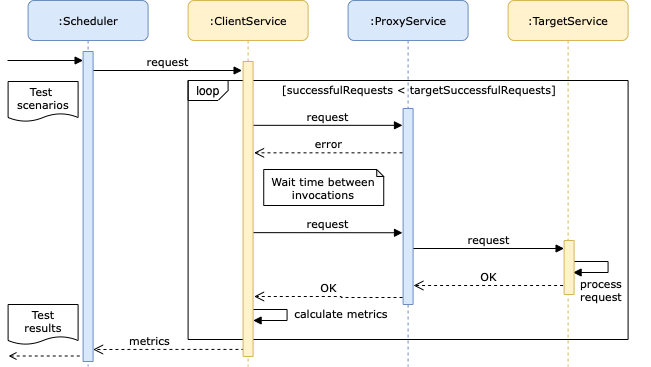
Above: docs/arch.png in ppgia-unifor/resilience-bench (draw.io), before the change. Source tidied: cells renumbered, new cells last; positions are measured from the earlier drawing's top-left corner, leaving out a move shared by most shapes.
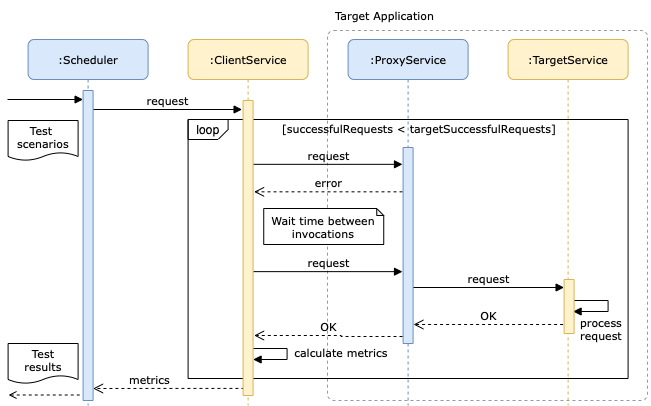
After the commit.

The edit, as a diff of the source:
```diff
@@ -2,161 +2,167 @@
   <root>
     <mxCell id="0" />
     <mxCell id="1" parent="0" />
-    <mxCell id="2" style="rounded=0;whiteSpace=wrap;html=1;fillColor=none;fontSize=11;fontFamily=Verdana;" parent="1" vertex="1">
-      <mxGeometry x="271.6" y="80" width="440" height="259" as="geometry" />
+    <mxCell id="2" style="rounded=1;whiteSpace=wrap;html=1;arcSize=2;dashed=1;fillColor=none;fontColor=#8A8A8A;strokeColor=#999999;" parent="1" vertex="1">
+      <mxGeometry x="411" y="-9" width="320" height="370" as="geometry" />
     </mxCell>
-    <mxCell id="3" value="&lt;div style=&quot;font-size: 11px;&quot;&gt;&lt;br style=&quot;font-size: 11px;&quot;&gt;&lt;/div&gt;" style="html=1;verticalAlign=middle;endArrow=block;labelBackgroundColor=none;fontFamily=Verdana;fontSize=11;edgeStyle=orthogonalEdgeStyle;elbow=vertical;rounded=0;labelPosition=left;verticalLabelPosition=middle;align=right;" parent="1" edge="1">
-      <mxGeometry x="0.22" relative="1" as="geometry">
-        <mxPoint x="656.6" y="252" as="sourcePoint" />
-        <mxPoint x="656.6" y="272" as="targetPoint" />
-        <Array as="points">
-          <mxPoint x="656.6" y="261" />
-          <mxPoint x="691.6" y="261" />
-          <mxPoint x="691.6" y="272" />
-        </Array>
-      </mxGeometry>
+    <mxCell id="3" style="rounded=0;whiteSpace=wrap;html=1;fillColor=none;fontSize=11;fontFamily=Verdana;" parent="1" vertex="1">
+      <mxGeometry x="271.6" y="80" width="440" height="259" as="geometry" />
     </mxCell>
-    <mxCell id="4" value=":ClientService" style="shape=umlLifeline;perimeter=lifelinePerimeter;whiteSpace=wrap;html=1;rounded=1;shadow=0;comic=0;labelBackgroundColor=none;strokeColor=#d6b656;strokeWidth=1;fillColor=#fff2cc;fontFamily=Verdana;fontSize=11;align=center;" parent="1" vertex="1">
-      <mxGeometry x="271.6" width="120" height="366" as="geometry" />
+    <mxCell id="4" value="&lt;div style=&quot;font-size: 11px;&quot;&gt;&lt;br style=&quot;font-size: 11px;&quot;&gt;&lt;/div&gt;" style="html=1;verticalAlign=middle;endArrow=block;labelBackgroundColor=none;fontFamily=Verdana;fontSize=11;edgeStyle=orthogonalEdgeStyle;elbow=vertical;rounded=0;labelPosition=left;verticalLabelPosition=middle;align=right;" parent="1" edge="1">
+      <mxGeometry x="0.22" relative="1" as="geometry">
+        <mxPoint x="656.6" y="252" as="sourcePoint" />
+        <mxPoint x="656.6" y="272" as="targetPoint" />
+        <Array as="points">
+          <mxPoint x="656.6" y="261" />
+          <mxPoint x="691.6" y="261" />
+          <mxPoint x="691.6" y="272" />
+        </Array>
+      </mxGeometry>
     </mxCell>
-    <mxCell id="5" value=":ProxyService" style="shape=umlLifeline;perimeter=lifelinePerimeter;whiteSpace=wrap;html=1;rounded=1;shadow=0;comic=0;labelBackgroundColor=none;strokeColor=#6c8ebf;strokeWidth=1;fillColor=#dae8fc;fontFamily=Verdana;fontSize=11;align=center;" parent="1" vertex="1">
-      <mxGeometry x="431.6" width="120" height="366" as="geometry" />
+    <mxCell id="5" value=":ClientService" style="shape=umlLifeline;perimeter=lifelinePerimeter;whiteSpace=wrap;html=1;rounded=1;shadow=0;comic=0;labelBackgroundColor=none;strokeColor=#d6b656;strokeWidth=1;fillColor=#fff2cc;fontFamily=Verdana;fontSize=11;align=center;" parent="1" vertex="1">
+      <mxGeometry x="271.6" width="120" height="366" as="geometry" />
     </mxCell>
-    <mxCell id="6" value=":TargetService" style="shape=umlLifeline;perimeter=lifelinePerimeter;whiteSpace=wrap;html=1;rounded=1;shadow=0;comic=0;labelBackgroundColor=none;strokeColor=#d6b656;strokeWidth=1;fillColor=#fff2cc;fontFamily=Verdana;fontSize=11;align=center;" parent="1" vertex="1">
-      <mxGeometry x="591.6" width="120" height="366" as="geometry" />
+    <mxCell id="6" value=":ProxyService" style="shape=umlLifeline;perimeter=lifelinePerimeter;whiteSpace=wrap;html=1;rounded=1;shadow=0;comic=0;labelBackgroundColor=none;strokeColor=#6c8ebf;strokeWidth=1;fillColor=#dae8fc;fontFamily=Verdana;fontSize=11;align=center;" parent="1" vertex="1">
+      <mxGeometry x="431.6" width="120" height="366" as="geometry" />
     </mxCell>
-    <mxCell id="7" style="html=1;perimeter=orthogonalPerimeter;rounded=0;shadow=0;comic=0;labelBackgroundColor=none;strokeColor=#6c8ebf;strokeWidth=1;fillColor=#dae8fc;fontFamily=Verdana;fontSize=11;align=center;" parent="1" vertex="1">
-      <mxGeometry x="486.6" y="108" width="10" height="196" as="geometry" />
+    <mxCell id="7" value=":TargetService" style="shape=umlLifeline;perimeter=lifelinePerimeter;whiteSpace=wrap;html=1;rounded=1;shadow=0;comic=0;labelBackgroundColor=none;strokeColor=#d6b656;strokeWidth=1;fillColor=#fff2cc;fontFamily=Verdana;fontSize=11;align=center;" parent="1" vertex="1">
+      <mxGeometry x="591.6" width="120" height="366" as="geometry" />
     </mxCell>
-    <mxCell id="8" value="request" style="html=1;verticalAlign=bottom;endArrow=block;labelBackgroundColor=none;fontFamily=Verdana;fontSize=11;edgeStyle=elbowEdgeStyle;elbow=vertical;align=center;" parent="1" edge="1">
-      <mxGeometry relative="1" as="geometry">
-        <mxPoint x="336.6" y="124.8" as="sourcePoint" />
-        <mxPoint x="486" y="124.8" as="targetPoint" />
-        <Array as="points">
-          <mxPoint x="364.6" y="124.8" />
-        </Array>
-      </mxGeometry>
+    <mxCell id="8" style="html=1;perimeter=orthogonalPerimeter;rounded=0;shadow=0;comic=0;labelBackgroundColor=none;strokeColor=#6c8ebf;strokeWidth=1;fillColor=#dae8fc;fontFamily=Verdana;fontSize=11;align=center;" parent="1" vertex="1">
+      <mxGeometry x="486.6" y="108" width="10" height="196" as="geometry" />
     </mxCell>
-    <mxCell id="9" style="html=1;perimeter=orthogonalPerimeter;rounded=0;shadow=0;comic=0;labelBackgroundColor=none;strokeColor=#d6b656;strokeWidth=1;fillColor=#fff2cc;fontFamily=Verdana;fontSize=11;align=center;" parent="1" vertex="1">
-      <mxGeometry x="647.6" y="240" width="10" height="54" as="geometry" />
+    <mxCell id="9" value="request" style="html=1;verticalAlign=bottom;endArrow=block;labelBackgroundColor=none;fontFamily=Verdana;fontSize=11;edgeStyle=elbowEdgeStyle;elbow=vertical;align=center;" parent="1" edge="1">
+      <mxGeometry relative="1" as="geometry">
+        <mxPoint x="336.6" y="124.8" as="sourcePoint" />
+        <mxPoint x="486" y="124.8" as="targetPoint" />
+        <Array as="points">
+          <mxPoint x="364.6" y="124.8" />
+        </Array>
+      </mxGeometry>
     </mxCell>
-    <mxCell id="10" value="OK" style="html=1;verticalAlign=bottom;endArrow=open;dashed=1;endSize=8;labelBackgroundColor=none;fontFamily=Verdana;fontSize=11;edgeStyle=elbowEdgeStyle;elbow=horizontal;align=center;" parent="1" edge="1">
-      <mxGeometry relative="1" as="geometry">
-        <mxPoint x="646.6" y="285" as="sourcePoint" />
-        <mxPoint x="497" y="285" as="targetPoint" />
-        <Array as="points">
-          <mxPoint x="574.6" y="285" />
-          <mxPoint x="604.6" y="285" />
-        </Array>
-      </mxGeometry>
+    <mxCell id="10" style="html=1;perimeter=orthogonalPerimeter;rounded=0;shadow=0;comic=0;labelBackgroundColor=none;strokeColor=#d6b656;strokeWidth=1;fillColor=#fff2cc;fontFamily=Verdana;fontSize=11;align=center;" parent="1" vertex="1">
+      <mxGeometry x="647.6" y="240" width="10" height="54" as="geometry" />
     </mxCell>
-    <mxCell id="11" value="error" style="html=1;verticalAlign=bottom;endArrow=open;dashed=1;endSize=8;labelBackgroundColor=none;fontFamily=Verdana;fontSize=11;edgeStyle=elbowEdgeStyle;elbow=horizontal;align=center;" parent="1" edge="1">
+    <mxCell id="11" value="OK" style="html=1;verticalAlign=bottom;endArrow=open;dashed=1;endSize=8;labelBackgroundColor=none;fontFamily=Verdana;fontSize=11;edgeStyle=elbowEdgeStyle;elbow=horizontal;align=center;" parent="1" edge="1">
       <mxGeometry relative="1" as="geometry">
-        <mxPoint x="486" y="152.3" as="sourcePoint" />
-        <mxPoint x="337.6" y="152.3" as="targetPoint" />
+        <mxPoint x="646.6" y="285" as="sourcePoint" />
+        <mxPoint x="497" y="285" as="targetPoint" />
         <Array as="points">
-          <mxPoint x="421.6" y="152.3" />
-          <mxPoint x="451.6" y="152.3" />
+          <mxPoint x="574.6" y="285" />
+          <mxPoint x="604.6" y="285" />
         </Array>
       </mxGeometry>
     </mxCell>
-    <mxCell id="12" value=":Scheduler" style="shape=umlLifeline;perimeter=lifelinePerimeter;whiteSpace=wrap;html=1;rounded=1;shadow=0;comic=0;labelBackgroundColor=none;strokeColor=#6c8ebf;strokeWidth=1;fillColor=#dae8fc;fontFamily=Verdana;fontSize=11;align=center;" parent="1" vertex="1">
-      <mxGeometry x="111.6" width="120" height="366" as="geometry" />
+    <mxCell id="12" value="error" style="html=1;verticalAlign=bottom;endArrow=open;dashed=1;endSize=8;labelBackgroundColor=none;fontFamily=Verdana;fontSize=11;edgeStyle=elbowEdgeStyle;elbow=horizontal;align=center;" parent="1" edge="1">
+      <mxGeometry relative="1" as="geometry">
+        <mxPoint x="486" y="152.3" as="sourcePoint" />
+        <mxPoint x="337.6" y="152.3" as="targetPoint" />
+        <Array as="points">
+          <mxPoint x="421.6" y="152.3" />
+          <mxPoint x="451.6" y="152.3" />
+        </Array>
+      </mxGeometry>
     </mxCell>
-    <mxCell id="13" value="request" style="html=1;verticalAlign=bottom;endArrow=block;labelBackgroundColor=none;fontFamily=Verdana;fontSize=11;edgeStyle=elbowEdgeStyle;elbow=vertical;align=center;" parent="1" edge="1" source="27">
-      <mxGeometry relative="1" as="geometry">
-        <mxPoint x="325.6" y="70" as="targetPoint" />
-        <Array as="points">
-          <mxPoint x="200.6" y="70" />
-        </Array>
-      </mxGeometry>
+    <mxCell id="13" value=":Scheduler" style="shape=umlLifeline;perimeter=lifelinePerimeter;whiteSpace=wrap;html=1;rounded=1;shadow=0;comic=0;labelBackgroundColor=none;strokeColor=#6c8ebf;strokeWidth=1;fillColor=#dae8fc;fontFamily=Verdana;fontSize=11;align=center;" parent="1" vertex="1">
+      <mxGeometry x="111.6" width="120" height="366" as="geometry" />
     </mxCell>
-    <mxCell id="14" value="metrics" style="html=1;verticalAlign=bottom;endArrow=open;dashed=1;endSize=8;labelBackgroundColor=none;fontFamily=Verdana;fontSize=11;edgeStyle=elbowEdgeStyle;elbow=horizontal;align=center;exitX=0.133;exitY=0.976;exitDx=0;exitDy=0;exitPerimeter=0;" parent="1" edge="1" source="20">
-      <mxGeometry x="0.25" relative="1" as="geometry">
-        <mxPoint x="176.6" y="349" as="targetPoint" />
+    <mxCell id="14" value="request" style="html=1;verticalAlign=bottom;endArrow=block;labelBackgroundColor=none;fontFamily=Verdana;fontSize=11;edgeStyle=elbowEdgeStyle;elbow=vertical;align=center;" parent="1" edge="1" source="28">
+      <mxGeometry relative="1" as="geometry">
+        <mxPoint x="325.6" y="70" as="targetPoint" />
         <Array as="points">
-          <mxPoint x="245.6" y="481" />
-          <mxPoint x="275.6" y="349" />
+          <mxPoint x="200.6" y="70" />
         </Array>
       </mxGeometry>
     </mxCell>
-    <mxCell id="15" style="html=1;verticalAlign=bottom;endArrow=block;labelBackgroundColor=none;fontFamily=Verdana;fontSize=11;edgeStyle=elbowEdgeStyle;elbow=vertical;" parent="1" edge="1">
-      <mxGeometry relative="1" as="geometry">
-        <mxPoint x="91" y="60" as="sourcePoint" />
-        <mxPoint x="166.6" y="59.5" as="targetPoint" />
+    <mxCell id="15" value="metrics" style="html=1;verticalAlign=bottom;endArrow=open;dashed=1;endSize=8;labelBackgroundColor=none;fontFamily=Verdana;fontSize=11;edgeStyle=elbowEdgeStyle;elbow=horizontal;align=center;exitX=0.133;exitY=0.976;exitDx=0;exitDy=0;exitPerimeter=0;" parent="1" edge="1" source="21">
+      <mxGeometry x="0.25" relative="1" as="geometry">
+        <mxPoint x="176.6" y="349" as="targetPoint" />
         <Array as="points">
-          <mxPoint x="0.6" y="60" />
+          <mxPoint x="245.6" y="481" />
+          <mxPoint x="275.6" y="349" />
         </Array>
       </mxGeometry>
     </mxCell>
-    <mxCell id="16" value="request" style="html=1;verticalAlign=bottom;endArrow=block;entryX=0;entryY=0;labelBackgroundColor=none;fontFamily=Verdana;fontSize=11;edgeStyle=elbowEdgeStyle;elbow=vertical;align=center;" parent="1" edge="1">
+    <mxCell id="16" style="html=1;verticalAlign=bottom;endArrow=block;labelBackgroundColor=none;fontFamily=Verdana;fontSize=11;edgeStyle=elbowEdgeStyle;elbow=vertical;" parent="1" edge="1">
       <mxGeometry relative="1" as="geometry">
-        <mxPoint x="336.6" y="232.1" as="sourcePoint" />
-        <mxPoint x="486" y="232.1" as="targetPoint" />
+        <mxPoint x="91" y="60" as="sourcePoint" />
+        <mxPoint x="166.6" y="59.5" as="targetPoint" />
+        <Array as="points">
+          <mxPoint x="0.6" y="60" />
+        </Array>
       </mxGeometry>
     </mxCell>
-    <mxCell id="17" value="&lt;font style=&quot;font-size: 11px;&quot;&gt;Wait time between invocations&lt;/font&gt;" style="shape=note;whiteSpace=wrap;html=1;backgroundOutline=1;darkOpacity=0.05;size=7;fontSize=11;verticalAlign=middle;fontFamily=Verdana;" parent="1" vertex="1">
-      <mxGeometry x="347.2" y="169" width="120" height="36" as="geometry" />
+    <mxCell id="17" value="request" style="html=1;verticalAlign=bottom;endArrow=block;entryX=0;entryY=0;labelBackgroundColor=none;fontFamily=Verdana;fontSize=11;edgeStyle=elbowEdgeStyle;elbow=vertical;align=center;" parent="1" edge="1">
+      <mxGeometry relative="1" as="geometry">
+        <mxPoint x="336.6" y="232.1" as="sourcePoint" />
+        <mxPoint x="486" y="232.1" as="targetPoint" />
+      </mxGeometry>
     </mxCell>
-    <mxCell id="18" value="OK" style="html=1;verticalAlign=bottom;endArrow=open;dashed=1;endSize=8;labelBackgroundColor=none;fontFamily=Verdana;fontSize=11;edgeStyle=elbowEdgeStyle;elbow=horizontal;align=center;" parent="1" edge="1">
-      <mxGeometry relative="1" as="geometry">
-        <mxPoint x="486" y="297" as="sourcePoint" />
-        <mxPoint x="337.6" y="296" as="targetPoint" />
-        <Array as="points">
-          <mxPoint x="424.6" y="297" />
-          <mxPoint x="454.6" y="297" />
-        </Array>
-      </mxGeometry>
+    <mxCell id="18" value="&lt;font style=&quot;font-size: 11px;&quot;&gt;Wait time between invocations&lt;/font&gt;" style="shape=note;whiteSpace=wrap;html=1;backgroundOutline=1;darkOpacity=0.05;size=7;fontSize=11;verticalAlign=middle;fontFamily=Verdana;" parent="1" vertex="1">
+      <mxGeometry x="347.2" y="169" width="120" height="36" as="geometry" />
     </mxCell>
-    <mxCell id="19" value="&lt;div style=&quot;font-size: 11px;&quot;&gt;&lt;br style=&quot;font-size: 11px;&quot;&gt;&lt;/div&gt;" style="html=1;verticalAlign=middle;endArrow=block;labelBackgroundColor=none;fontFamily=Verdana;fontSize=11;edgeStyle=orthogonalEdgeStyle;elbow=vertical;rounded=0;labelPosition=left;verticalLabelPosition=middle;align=right;" parent="1" edge="1">
-      <mxGeometry x="-0.02" y="48" relative="1" as="geometry">
-        <mxPoint x="336.6" y="300" as="sourcePoint" />
-        <mxPoint x="336.6" y="320" as="targetPoint" />
+    <mxCell id="19" value="OK" style="html=1;verticalAlign=bottom;endArrow=open;dashed=1;endSize=8;labelBackgroundColor=none;fontFamily=Verdana;fontSize=11;edgeStyle=elbowEdgeStyle;elbow=horizontal;align=center;" parent="1" edge="1">
+      <mxGeometry relative="1" as="geometry">
+        <mxPoint x="486" y="297" as="sourcePoint" />
+        <mxPoint x="337.6" y="296" as="targetPoint" />
         <Array as="points">
-          <mxPoint x="335.6" y="309" />
-          <mxPoint x="370.6" y="309" />
-          <mxPoint x="370.6" y="320" />
+          <mxPoint x="424.6" y="297" />
+          <mxPoint x="454.6" y="297" />
         </Array>
       </mxGeometry>
     </mxCell>
-    <mxCell id="20" style="html=1;points=[];perimeter=orthogonalPerimeter;rounded=0;shadow=0;comic=0;labelBackgroundColor=none;strokeColor=#d6b656;strokeWidth=1;fillColor=#fff2cc;fontFamily=Verdana;fontSize=11;align=center;" parent="1" vertex="1">
-      <mxGeometry x="326.6" y="61" width="10" height="295" as="geometry" />
+    <mxCell id="20" value="&lt;div style=&quot;font-size: 11px;&quot;&gt;&lt;br style=&quot;font-size: 11px;&quot;&gt;&lt;/div&gt;" style="html=1;verticalAlign=middle;endArrow=block;labelBackgroundColor=none;fontFamily=Verdana;fontSize=11;edgeStyle=orthogonalEdgeStyle;elbow=vertical;rounded=0;labelPosition=left;verticalLabelPosition=middle;align=right;" parent="1" edge="1">
+      <mxGeometry x="-0.02" y="48" relative="1" as="geometry">
+        <mxPoint x="336.6" y="300" as="sourcePoint" />
+        <mxPoint x="336.6" y="320" as="targetPoint" />
+        <Array as="points">
+          <mxPoint x="335.6" y="309" />
+          <mxPoint x="370.6" y="309" />
+          <mxPoint x="370.6" y="320" />
+        </Array>
+      </mxGeometry>
     </mxCell>
-    <mxCell id="21" value="&lt;span style=&quot;font-size: 11px&quot;&gt;[successfulRequests &amp;lt; targetSuccessfulRequests]&lt;/span&gt;" style="rounded=0;whiteSpace=wrap;html=1;dashed=1;fontSize=11;strokeColor=none;align=center;verticalAlign=middle;fontFamily=Verdana;fillColor=none;" parent="1" vertex="1">
-      <mxGeometry x="362.6" y="79" width="280" height="20" as="geometry" />
+    <mxCell id="21" style="html=1;points=[];perimeter=orthogonalPerimeter;rounded=0;shadow=0;comic=0;labelBackgroundColor=none;strokeColor=#d6b656;strokeWidth=1;fillColor=#fff2cc;fontFamily=Verdana;fontSize=11;align=center;" parent="1" vertex="1">
+      <mxGeometry x="326.6" y="61" width="10" height="295" as="geometry" />
     </mxCell>
-    <mxCell id="22" value="calculate&amp;nbsp;metrics" style="text;html=1;strokeColor=none;fillColor=none;align=center;verticalAlign=middle;whiteSpace=wrap;rounded=0;dashed=1;fontSize=11;fontFamily=Verdana;" parent="1" vertex="1">
-      <mxGeometry x="376" y="298" width="97.6" height="30" as="geometry" />
+    <mxCell id="22" value="&lt;span style=&quot;font-size: 11px&quot;&gt;[successfulRequests &amp;lt; targetSuccessfulRequests]&lt;/span&gt;" style="rounded=0;whiteSpace=wrap;html=1;dashed=1;fontSize=11;strokeColor=none;align=center;verticalAlign=middle;fontFamily=Verdana;fillColor=none;" parent="1" vertex="1">
+      <mxGeometry x="362.6" y="79" width="280" height="20" as="geometry" />
     </mxCell>
-    <mxCell id="23" value="process&lt;br style=&quot;font-size: 11px;&quot;&gt;request" style="text;html=1;strokeColor=none;fillColor=none;align=center;verticalAlign=middle;whiteSpace=wrap;rounded=0;dashed=1;fontSize=11;fontFamily=Verdana;" parent="1" vertex="1">
-      <mxGeometry x="635.6" y="274" width="97.6" height="30" as="geometry" />
+    <mxCell id="23" value="calculate&amp;nbsp;metrics" style="text;html=1;strokeColor=none;fillColor=none;align=center;verticalAlign=middle;whiteSpace=wrap;rounded=0;dashed=1;fontSize=11;fontFamily=Verdana;" parent="1" vertex="1">
+      <mxGeometry x="376" y="298" width="97.6" height="30" as="geometry" />
     </mxCell>
-    <mxCell id="24" value="request" style="html=1;verticalAlign=bottom;endArrow=block;entryX=0;entryY=0;labelBackgroundColor=none;fontFamily=Verdana;fontSize=11;edgeStyle=elbowEdgeStyle;elbow=vertical;align=center;" parent="1" edge="1">
-      <mxGeometry relative="1" as="geometry">
-        <mxPoint x="497" y="248" as="sourcePoint" />
-        <mxPoint x="647.6" y="248.1" as="targetPoint" />
-      </mxGeometry>
+    <mxCell id="24" value="process&lt;br style=&quot;font-size: 11px;&quot;&gt;request" style="text;html=1;strokeColor=none;fillColor=none;align=center;verticalAlign=middle;whiteSpace=wrap;rounded=0;dashed=1;fontSize=11;fontFamily=Verdana;" parent="1" vertex="1">
+      <mxGeometry x="635.6" y="274" width="97.6" height="30" as="geometry" />
     </mxCell>
-    <mxCell id="25" value="loop" style="shape=card;whiteSpace=wrap;html=1;fillColor=none;direction=south;flipV=1;size=10;" parent="1" vertex="1">
-      <mxGeometry x="271.6" y="80" width="40" height="20" as="geometry" />
+    <mxCell id="25" value="request" style="html=1;verticalAlign=bottom;endArrow=block;entryX=0;entryY=0;labelBackgroundColor=none;fontFamily=Verdana;fontSize=11;edgeStyle=elbowEdgeStyle;elbow=vertical;align=center;" parent="1" edge="1">
+      <mxGeometry relative="1" as="geometry">
+        <mxPoint x="497" y="248" as="sourcePoint" />
+        <mxPoint x="647.6" y="248.1" as="targetPoint" />
+      </mxGeometry>
     </mxCell>
-    <mxCell id="26" value="Test&lt;br&gt;results" style="shape=document;whiteSpace=wrap;html=1;boundedLbl=1;strokeColor=#000000;fillColor=none;size=0.2;fontSize=11;fontFamily=Verdana;" parent="1" vertex="1">
-      <mxGeometry x="91.6" y="304" width="70" height="40" as="geometry" />
+    <mxCell id="26" value="loop" style="shape=card;whiteSpace=wrap;html=1;fillColor=none;direction=south;flipV=1;size=10;" parent="1" vertex="1">
+      <mxGeometry x="271.6" y="80" width="40" height="20" as="geometry" />
     </mxCell>
-    <mxCell id="27" style="html=1;points=[];perimeter=orthogonalPerimeter;rounded=0;shadow=0;comic=0;labelBackgroundColor=none;strokeColor=#6c8ebf;strokeWidth=1;fillColor=#dae8fc;fontFamily=Verdana;fontSize=11;align=center;" parent="1" vertex="1">
-      <mxGeometry x="166.6" y="51" width="10" height="310" as="geometry" />
+    <mxCell id="27" value="Test&lt;br&gt;results" style="shape=document;whiteSpace=wrap;html=1;boundedLbl=1;strokeColor=#000000;fillColor=none;size=0.2;fontSize=11;fontFamily=Verdana;" parent="1" vertex="1">
+      <mxGeometry x="91.6" y="304" width="70" height="40" as="geometry" />
     </mxCell>
-    <mxCell id="28" value="&lt;font style=&quot;font-size: 11px&quot;&gt;Test&amp;nbsp;&lt;br style=&quot;font-size: 11px&quot;&gt;scenarios&lt;/font&gt;" style="shape=document;whiteSpace=wrap;html=1;boundedLbl=1;strokeColor=#000000;fillColor=none;size=0.2;fontSize=11;fontFamily=Verdana;" parent="1" vertex="1">
-      <mxGeometry x="91.6" y="81" width="70" height="40" as="geometry" />
+    <mxCell id="28" style="html=1;points=[];perimeter=orthogonalPerimeter;rounded=0;shadow=0;comic=0;labelBackgroundColor=none;strokeColor=#6c8ebf;strokeWidth=1;fillColor=#dae8fc;fontFamily=Verdana;fontSize=11;align=center;" parent="1" vertex="1">
+      <mxGeometry x="166.6" y="51" width="10" height="310" as="geometry" />
     </mxCell>
-    <mxCell id="29" style="html=1;verticalAlign=bottom;endArrow=none;labelBackgroundColor=none;fontFamily=Verdana;fontSize=11;edgeStyle=elbowEdgeStyle;elbow=vertical;startArrow=open;startFill=0;dashed=1;endFill=0;" parent="1" edge="1">
-      <mxGeometry relative="1" as="geometry">
-        <mxPoint x="92" y="355.5" as="sourcePoint" />
-        <mxPoint x="165.6" y="355" as="targetPoint" />
-        <Array as="points">
-          <mxPoint x="-0.4" y="355.5" />
-        </Array>
-      </mxGeometry>
+    <mxCell id="29" value="&lt;font style=&quot;font-size: 11px&quot;&gt;Test&amp;nbsp;&lt;br style=&quot;font-size: 11px&quot;&gt;scenarios&lt;/font&gt;" style="shape=document;whiteSpace=wrap;html=1;boundedLbl=1;strokeColor=#000000;fillColor=none;size=0.2;fontSize=11;fontFamily=Verdana;" parent="1" vertex="1">
+      <mxGeometry x="91.6" y="81" width="70" height="40" as="geometry" />
     </mxCell>
+    <mxCell id="30" style="html=1;verticalAlign=bottom;endArrow=none;labelBackgroundColor=none;fontFamily=Verdana;fontSize=11;edgeStyle=elbowEdgeStyle;elbow=vertical;startArrow=open;startFill=0;dashed=1;endFill=0;" parent="1" edge="1">
+      <mxGeometry relative="1" as="geometry">
+        <mxPoint x="92" y="355.5" as="sourcePoint" />
+        <mxPoint x="165.6" y="355" as="targetPoint" />
+        <Array as="points">
+          <mxPoint x="-0.4" y="355.5" />
+        </Array>
+      </mxGeometry>
+    </mxCell>
+    <mxCell id="31" value="Target Application" style="text;html=1;strokeColor=none;fillColor=none;align=left;verticalAlign=middle;whiteSpace=wrap;rounded=0;dashed=1;fontSize=11;fontFamily=Verdana;" parent="1" vertex="1">
+      <mxGeometry x="416.6" y="-39" width="150" height="30" as="geometry" />
+    </mxCell>
   </root>
 </mxGraphModel>
```
